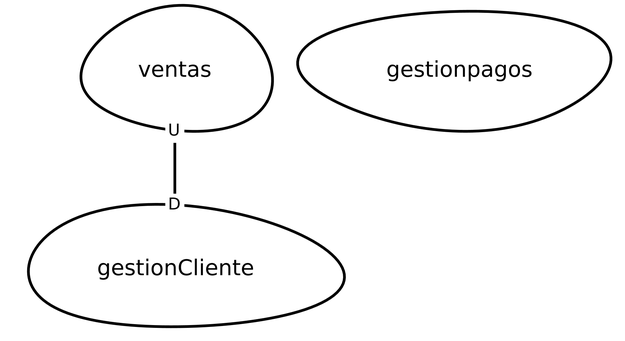
Earlier version of the Graphviz export src-gen/Codigo_ContextMap.png (Jhonat20/practicandoExamen). Its source is kept beside it as src-gen/Codigo_ContextMap.gv. The source it was exported from:
```dot
digraph "ContextMapGraph" {
graph ["imagepath"="/tmp/GraphvizJava"]
"gestionCliente" ["margin"="0.3","orientation"="283","shape"="egg","fontsize"="16","style"="bold","label"="gestionCliente\n","fontname"="sans-serif"]
"gestionpagos" ["margin"="0.3","orientation"="213","shape"="egg","fontsize"="16","style"="bold","label"="gestionpagos\n","fontname"="sans-serif"]
"ventas" ["margin"="0.3","orientation"="203","shape"="egg","fontsize"="16","style"="bold","label"="ventas\n","fontname"="sans-serif"]
"ventas" -> "gestionCliente" ["headlabel"=<<table cellspacing="0" cellborder="0" border="0">
<tr><td bgcolor="white">D</td></tr>
</table>>,"labeldistance"="0","fontsize"="12","taillabel"=<<table cellspacing="0" cellborder="0" border="0">
<tr><td bgcolor="white">U</td></tr>
</table>>,"style"="bold","label"="                                        ","dir"="none","fontname"="sans-serif"]
}
```
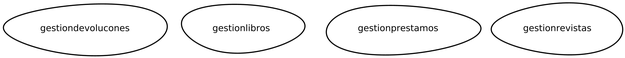
Above is the later version.

What changed in the source:
```diff
@@ -1,11 +1,7 @@
 digraph "ContextMapGraph" {
 graph ["imagepath"="/tmp/GraphvizJava"]
-"gestionCliente" ["margin"="0.3","orientation"="283","shape"="egg","fontsize"="16","style"="bold","label"="gestionCliente\n","fontname"="sans-serif"]
-"gestionpagos" ["margin"="0.3","orientation"="213","shape"="egg","fontsize"="16","style"="bold","label"="gestionpagos\n","fontname"="sans-serif"]
-"ventas" ["margin"="0.3","orientation"="203","shape"="egg","fontsize"="16","style"="bold","label"="ventas\n","fontname"="sans-serif"]
-"ventas" -> "gestionCliente" ["headlabel"=<<table cellspacing="0" cellborder="0" border="0">
-<tr><td bgcolor="white">D</td></tr>
-</table>>,"labeldistance"="0","fontsize"="12","taillabel"=<<table cellspacing="0" cellborder="0" border="0">
-<tr><td bgcolor="white">U</td></tr>
-</table>>,"style"="bold","label"="                                        ","dir"="none","fontname"="sans-serif"]
+"gestiondevolucones" ["margin"="0.3","orientation"="58","shape"="egg","fontsize"="16","style"="bold","label"="gestiondevolucones\n","fontname"="sans-serif"]
+"gestionlibros" ["margin"="0.3","orientation"="246","shape"="egg","fontsize"="16","style"="bold","label"="gestionlibros\n","fontname"="sans-serif"]
+"gestionprestamos" ["margin"="0.3","orientation"="149","shape"="egg","fontsize"="16","style"="bold","label"="gestionprestamos\n","fontname"="sans-serif"]
+"gestionrevistas" ["margin"="0.3","orientation"="200","shape"="egg","fontsize"="16","style"="bold","label"="gestionrevistas\n","fontname"="sans-serif"]
 }
```
